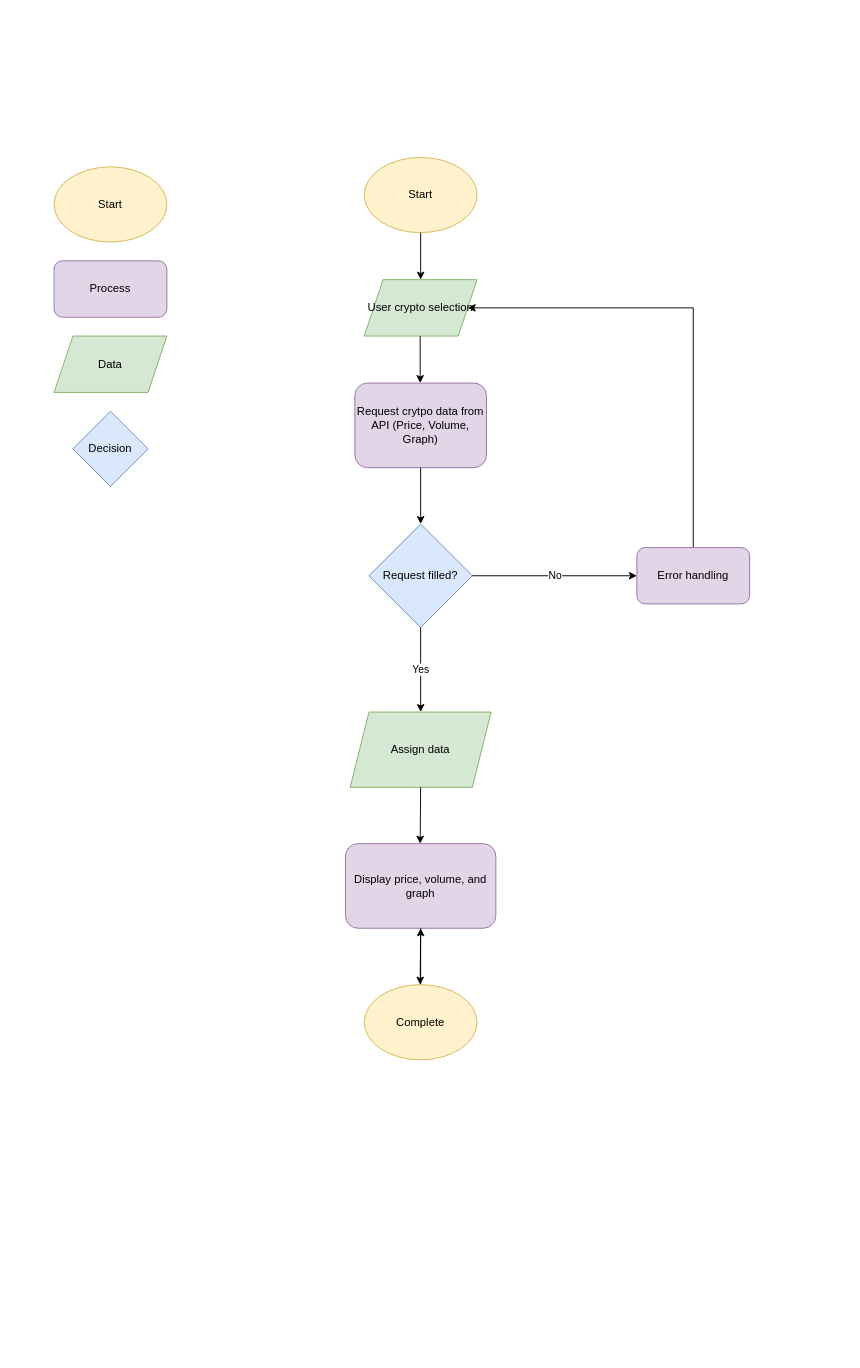
PatrickGDaunt/CrytpoWatch keeps this draw.io diagram as design/Crypto_Prices_Webpage.drawio. Above is the earlier version. Source tidied: cells renumbered, new cells numbered last; positions are measured from the earlier drawing's top-left corner, leaving out a move shared by most shapes. Both pictures are drawn from the tidied source at 94%, with x=0, y=0 at pixel (54, 157).
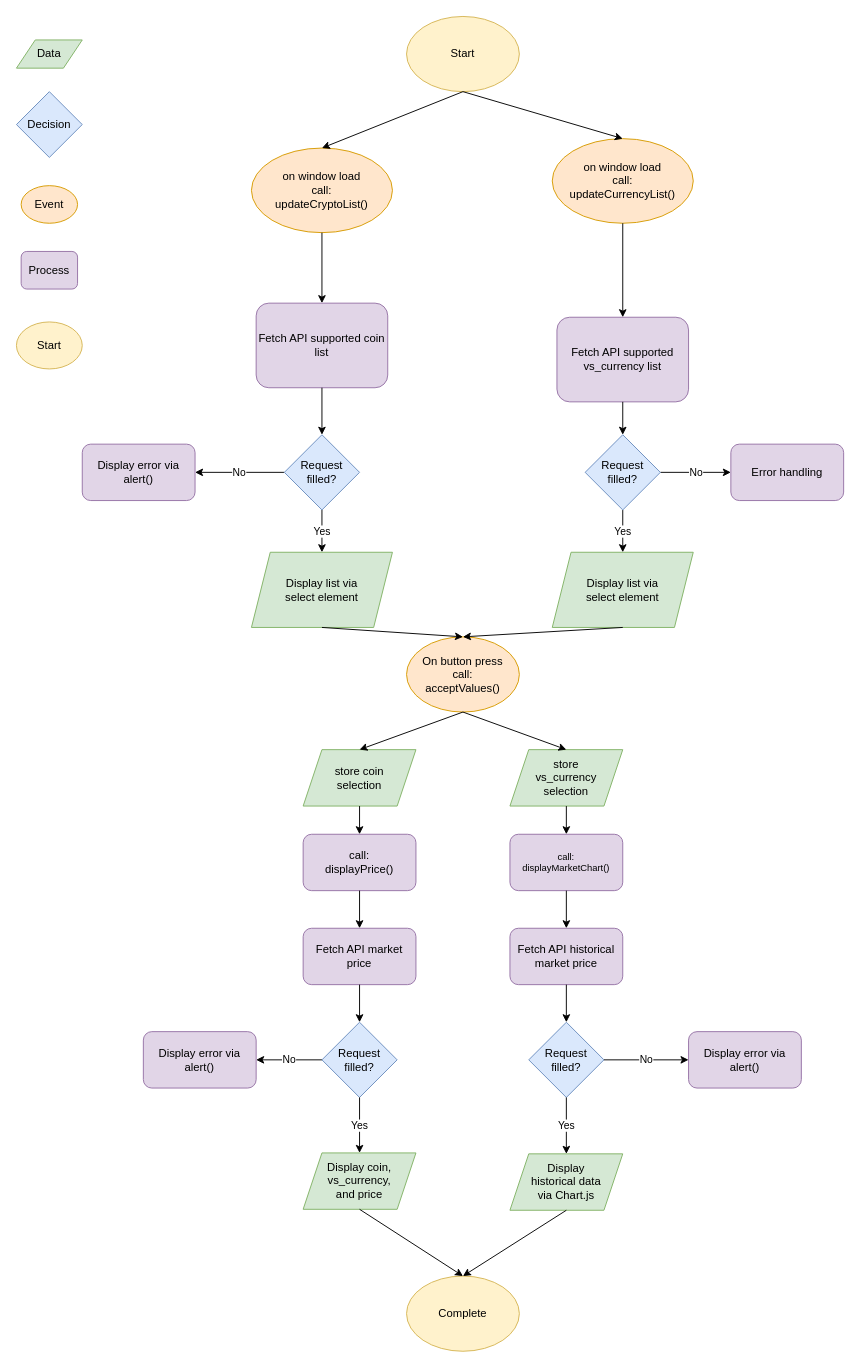
Above is the later version.

The edit, as a diff of the source:
```diff
@@
     <mxCell id="2" value="Start" style="ellipse;whiteSpace=wrap;html=1;fillColor=#fff2cc;strokeColor=#d6b656;" parent="1" vertex="1">
-      <mxGeometry y="10" width="120" height="80" as="geometry" />
+      <mxGeometry x="-40" y="175" width="70" height="50" as="geometry" />
     </mxCell>
     <mxCell id="3" value="Process" style="rounded=1;whiteSpace=wrap;html=1;fillColor=#e1d5e7;strokeColor=#9673a6;" parent="1" vertex="1">
-      <mxGeometry y="110" width="120" height="60" as="geometry" />
+      <mxGeometry x="-35" y="100" width="60" height="40" as="geometry" />
     </mxCell>
     <mxCell id="4" value="Data" style="shape=parallelogram;perimeter=parallelogramPerimeter;whiteSpace=wrap;html=1;fixedSize=1;fillColor=#d5e8d4;strokeColor=#82b366;" parent="1" vertex="1">
-      <mxGeometry y="190" width="120" height="60" as="geometry" />
+      <mxGeometry x="-40" y="-125" width="70" height="30" as="geometry" />
     </mxCell>
     <mxCell id="5" value="Decision" style="rhombus;whiteSpace=wrap;html=1;fillColor=#dae8fc;strokeColor=#6c8ebf;" parent="1" vertex="1">
-      <mxGeometry x="20" y="270" width="80" height="80" as="geometry" />
+      <mxGeometry x="-40" y="-70" width="70" height="70" as="geometry" />
     </mxCell>
     <mxCell id="6" value="Start" style="ellipse;whiteSpace=wrap;html=1;fillColor=#fff2cc;strokeColor=#d6b656;" parent="1" vertex="1">
-      <mxGeometry x="330" width="120" height="80" as="geometry" />
+      <mxGeometry x="375" y="-150" width="120" height="80" as="geometry" />
     </mxCell>
-    <mxCell id="7" value="User crypto selection" style="shape=parallelogram;perimeter=parallelogramPerimeter;whiteSpace=wrap;html=1;fixedSize=1;fillColor=#d5e8d4;strokeColor=#82b366;" parent="1" vertex="1">
-      <mxGeometry x="330" y="130" width="120" height="60" as="geometry" />
+    <mxCell id="7" value="&lt;div&gt;Display coin,&lt;/div&gt;&lt;div&gt;vs_currency,&lt;/div&gt;&lt;div&gt;and price&lt;br&gt;&lt;/div&gt;" style="shape=parallelogram;perimeter=parallelogramPerimeter;whiteSpace=wrap;html=1;fixedSize=1;fillColor=#d5e8d4;strokeColor=#82b366;" parent="1" vertex="1">
+      <mxGeometry x="265" y="1059" width="120" height="60" as="geometry" />
     </mxCell>
-    <mxCell id="8" style="endArrow=classic;html=1;entryX=0.5;entryY=0;entryDx=0;entryDy=0;exitX=0.5;exitY=1;exitDx=0;exitDy=0;" parent="1" edge="1" source="6" target="7">
-      <mxGeometry relative="1" as="geometry" />
-    </mxCell>
-    <mxCell id="9" style="endArrow=classic;html=1;entryX=0.5;entryY=0;entryDx=0;entryDy=0;exitX=0.5;exitY=1;exitDx=0;exitDy=0;" parent="1" edge="1">
-      <mxGeometry relative="1" as="geometry">
-        <mxPoint x="389.5" y="190" as="sourcePoint" />
-        <mxPoint x="389.5" y="240" as="targetPoint" />
-      </mxGeometry>
-    </mxCell>
-    <mxCell id="10" value="&lt;div&gt;Request crytpo data from API (Price, Volume, Graph)&lt;/div&gt;" style="rounded=1;whiteSpace=wrap;html=1;fillColor=#e1d5e7;strokeColor=#9673a6;" parent="1" vertex="1">
-      <mxGeometry x="320" y="240" width="140" height="90" as="geometry" />
+    <mxCell id="10" value="&lt;div&gt;Fetch API supported coin list&lt;/div&gt;" style="rounded=1;whiteSpace=wrap;html=1;fillColor=#e1d5e7;strokeColor=#9673a6;" parent="1" vertex="1">
+      <mxGeometry x="215" y="155" width="140" height="90" as="geometry" />
     </mxCell>
-    <mxCell id="11" value="Request filled?" style="rhombus;whiteSpace=wrap;html=1;fillColor=#dae8fc;strokeColor=#6c8ebf;" parent="1" vertex="1">
-      <mxGeometry x="335" y="390" width="110" height="110" as="geometry" />
-    </mxCell>
-    <mxCell id="12" style="endArrow=classic;html=1;entryX=0.5;entryY=0;entryDx=0;entryDy=0;exitX=0.5;exitY=1;exitDx=0;exitDy=0;" parent="1" edge="1" source="10" target="11">
-      <mxGeometry relative="1" as="geometry" />
-    </mxCell>
-    <mxCell id="13" value="Yes" style="endArrow=classic;html=1;exitX=0.5;exitY=1;exitDx=0;exitDy=0;" parent="1" edge="1" source="11">
-      <mxGeometry relative="1" as="geometry">
-        <mxPoint x="390" y="590" as="targetPoint" />
-      </mxGeometry>
+    <mxCell id="13" value="Yes" style="endArrow=classic;html=1;exitX=0.5;exitY=1;exitDx=0;exitDy=0;entryX=0.5;entryY=0;entryDx=0;entryDy=0;" parent="1" edge="1" source="54" target="14">
+      <mxGeometry relative="1" as="geometry" />
     </mxCell>
-    <mxCell id="14" value="Assign data" style="shape=parallelogram;perimeter=parallelogramPerimeter;whiteSpace=wrap;html=1;fixedSize=1;fillColor=#d5e8d4;strokeColor=#82b366;" parent="1" vertex="1">
-      <mxGeometry x="315" y="590" width="150" height="80" as="geometry" />
+    <mxCell id="14" value="&lt;div&gt;Display list via&lt;/div&gt;&lt;div&gt;select element&lt;br&gt;&lt;/div&gt;" style="shape=parallelogram;perimeter=parallelogramPerimeter;whiteSpace=wrap;html=1;fixedSize=1;fillColor=#d5e8d4;strokeColor=#82b366;" parent="1" vertex="1">
+      <mxGeometry x="210" y="420" width="150" height="80" as="geometry" />
     </mxCell>
-    <mxCell id="15" style="endArrow=classic;html=1;entryX=0.5;entryY=0;entryDx=0;entryDy=0;exitX=0.5;exitY=1;exitDx=0;exitDy=0;" parent="1" edge="1" source="14">
-      <mxGeometry relative="1" as="geometry">
-        <mxPoint x="389.5" y="730" as="targetPoint" />
-      </mxGeometry>
-    </mxCell>
-    <mxCell id="16" value="Display price, volume, and graph" style="rounded=1;whiteSpace=wrap;html=1;fillColor=#e1d5e7;strokeColor=#9673a6;" parent="1" vertex="1">
-      <mxGeometry x="310" y="730" width="160" height="90" as="geometry" />
-    </mxCell>
-    <mxCell id="17" style="endArrow=classic;html=1;entryX=0.5;entryY=0;entryDx=0;entryDy=0;exitX=0.5;exitY=1;exitDx=0;exitDy=0;" parent="1" edge="1" source="16">
-      <mxGeometry relative="1" as="geometry">
-        <mxPoint x="389.5" y="880" as="targetPoint" />
-      </mxGeometry>
-    </mxCell>
-    <mxCell id="18" style="edgeStyle=orthogonalEdgeStyle;rounded=0;jettySize=auto;html=1;exitX=0.5;exitY=0;exitDx=0;exitDy=0;" parent="1" edge="1" source="19" target="16">
-      <mxGeometry relative="1" as="geometry" />
-    </mxCell>
     <mxCell id="19" value="Complete" style="ellipse;whiteSpace=wrap;html=1;fillColor=#fff2cc;strokeColor=#d6b656;" parent="1" vertex="1">
-      <mxGeometry x="330" y="880" width="120" height="80" as="geometry" />
+      <mxGeometry x="375" y="1190" width="120" height="80" as="geometry" />
     </mxCell>
-    <mxCell id="20" style="edgeStyle=orthogonalEdgeStyle;rounded=0;jettySize=auto;html=1;exitX=0.5;exitY=0;exitDx=0;exitDy=0;entryX=1;entryY=0.5;entryDx=0;entryDy=0;" parent="1" edge="1" source="21" target="7">
-      <mxGeometry relative="1" as="geometry">
-        <Array as="points">
-          <mxPoint x="680" y="160" />
-        </Array>
-      </mxGeometry>
-    </mxCell>
     <mxCell id="21" value="Error handling" style="rounded=1;whiteSpace=wrap;html=1;fillColor=#e1d5e7;strokeColor=#9673a6;" parent="1" vertex="1">
-      <mxGeometry x="620" y="415" width="120" height="60" as="geometry" />
+      <mxGeometry x="720" y="305" width="120" height="60" as="geometry" />
     </mxCell>
-    <mxCell id="22" value="No" style="endArrow=classic;html=1;entryX=0;entryY=0.5;entryDx=0;entryDy=0;exitX=1;exitY=0.5;exitDx=0;exitDy=0;" parent="1" edge="1" source="11" target="21">
+    <mxCell id="22" value="No" style="endArrow=classic;html=1;entryX=0;entryY=0.5;entryDx=0;entryDy=0;exitX=1;exitY=0.5;exitDx=0;exitDy=0;" parent="1" edge="1" source="55" target="21">
       <mxGeometry relative="1" as="geometry" />
     </mxCell>
+    <mxCell id="23" value="&lt;div&gt;Fetch API supported vs_currency list&lt;/div&gt;" style="rounded=1;whiteSpace=wrap;html=1;fillColor=#e1d5e7;strokeColor=#9673a6;" parent="1" vertex="1">
+      <mxGeometry x="535" y="170" width="140" height="90" as="geometry" />
+    </mxCell>
+    <mxCell id="24" value="Display error via alert()" style="rounded=1;whiteSpace=wrap;html=1;fillColor=#e1d5e7;strokeColor=#9673a6;" parent="1" vertex="1">
+      <mxGeometry x="30" y="305" width="120" height="60" as="geometry" />
+    </mxCell>
+    <mxCell id="25" value="&lt;div&gt;No&lt;/div&gt;" style="endArrow=classic;html=1;exitX=0;exitY=0.5;exitDx=0;exitDy=0;entryX=1;entryY=0.5;entryDx=0;entryDy=0;" parent="1" edge="1" source="54" target="24">
+      <mxGeometry relative="1" as="geometry" />
+    </mxCell>
+    <mxCell id="26" value="&lt;div&gt;Display list via&lt;/div&gt;&lt;div&gt;select element&lt;br&gt;&lt;/div&gt;" style="shape=parallelogram;perimeter=parallelogramPerimeter;whiteSpace=wrap;html=1;fixedSize=1;fillColor=#d5e8d4;strokeColor=#82b366;" parent="1" vertex="1">
+      <mxGeometry x="530" y="420" width="150" height="80" as="geometry" />
+    </mxCell>
+    <mxCell id="27" value="Yes" style="endArrow=classic;html=1;exitX=0.5;exitY=1;exitDx=0;exitDy=0;entryX=0.5;entryY=0;entryDx=0;entryDy=0;" parent="1" edge="1" source="55" target="26">
+      <mxGeometry relative="1" as="geometry" />
+    </mxCell>
+    <mxCell id="28" value="&lt;div&gt;call:&lt;/div&gt;&lt;div&gt;displayPrice()&lt;br&gt;&lt;/div&gt;" style="rounded=1;whiteSpace=wrap;html=1;fillColor=#e1d5e7;strokeColor=#9673a6;" parent="1" vertex="1">
+      <mxGeometry x="265" y="720" width="120" height="60" as="geometry" />
+    </mxCell>
+    <mxCell id="29" value="Event" style="ellipse;whiteSpace=wrap;html=1;fillColor=#ffe6cc;strokeColor=#d79b00;" parent="1" vertex="1">
+      <mxGeometry x="-35" y="30" width="60" height="40" as="geometry" />
+    </mxCell>
+    <mxCell id="30" value="&lt;div&gt;on window load&lt;br&gt;&lt;/div&gt;&lt;div&gt;call:&lt;/div&gt;updateCurrencyList()" style="ellipse;whiteSpace=wrap;html=1;fillColor=#ffe6cc;strokeColor=#d79b00;" parent="1" vertex="1">
+      <mxGeometry x="530" y="-20" width="150" height="90" as="geometry" />
+    </mxCell>
+    <mxCell id="31" value="&lt;div&gt;on window load&lt;br&gt;&lt;/div&gt;&lt;div&gt;call:&lt;/div&gt;updateCryptoList()" style="ellipse;whiteSpace=wrap;html=1;fillColor=#ffe6cc;strokeColor=#d79b00;" parent="1" vertex="1">
+      <mxGeometry x="210" y="-10" width="150" height="90" as="geometry" />
+    </mxCell>
+    <mxCell id="32" value="&lt;div&gt;On button press&lt;/div&gt;&lt;div&gt;call:&lt;/div&gt;&lt;div&gt;acceptValues()&lt;br&gt;&lt;/div&gt;" style="ellipse;whiteSpace=wrap;html=1;fillColor=#ffe6cc;strokeColor=#d79b00;" parent="1" vertex="1">
+      <mxGeometry x="375" y="510" width="120" height="80" as="geometry" />
+    </mxCell>
+    <mxCell id="33" value="&lt;div style=&quot;font-size: 10px&quot;&gt;&lt;font style=&quot;font-size: 10px&quot;&gt;call:&lt;/font&gt;&lt;/div&gt;&lt;div style=&quot;font-size: 10px&quot;&gt;&lt;font style=&quot;font-size: 10px&quot;&gt;displayMarketChart()&lt;br style=&quot;font-size: 10px&quot;&gt;&lt;/font&gt;&lt;/div&gt;" style="rounded=1;whiteSpace=wrap;html=1;fillColor=#e1d5e7;strokeColor=#9673a6;" parent="1" vertex="1">
+      <mxGeometry x="485" y="720" width="120" height="60" as="geometry" />
+    </mxCell>
+    <mxCell id="34" value="Fetch API market price" style="rounded=1;whiteSpace=wrap;html=1;fillColor=#e1d5e7;strokeColor=#9673a6;" parent="1" vertex="1">
+      <mxGeometry x="265" y="820" width="120" height="60" as="geometry" />
+    </mxCell>
+    <mxCell id="35" value="Fetch API historical market price" style="rounded=1;whiteSpace=wrap;html=1;fillColor=#e1d5e7;strokeColor=#9673a6;" parent="1" vertex="1">
+      <mxGeometry x="485" y="820" width="120" height="60" as="geometry" />
+    </mxCell>
+    <mxCell id="36" value="&lt;div&gt;Display&lt;/div&gt;&lt;div&gt;historical data &lt;br&gt;&lt;/div&gt;&lt;div&gt;via Chart.js&lt;/div&gt;" style="shape=parallelogram;perimeter=parallelogramPerimeter;whiteSpace=wrap;html=1;fixedSize=1;fillColor=#d5e8d4;strokeColor=#82b366;" parent="1" vertex="1">
+      <mxGeometry x="485" y="1060" width="120" height="60" as="geometry" />
+    </mxCell>
+    <mxCell id="37" value="&lt;div&gt;store coin&lt;/div&gt;&lt;div&gt;selection&lt;br&gt;&lt;/div&gt;" style="shape=parallelogram;perimeter=parallelogramPerimeter;whiteSpace=wrap;html=1;fixedSize=1;fillColor=#d5e8d4;strokeColor=#82b366;" parent="1" vertex="1">
+      <mxGeometry x="265" y="630" width="120" height="60" as="geometry" />
+    </mxCell>
+    <mxCell id="38" value="&lt;div&gt;store &lt;br&gt;&lt;/div&gt;&lt;div&gt;vs_currency&lt;br&gt;&lt;/div&gt;&lt;div&gt;selection&lt;br&gt;&lt;/div&gt;" style="shape=parallelogram;perimeter=parallelogramPerimeter;whiteSpace=wrap;html=1;fixedSize=1;fillColor=#d5e8d4;strokeColor=#82b366;" parent="1" vertex="1">
+      <mxGeometry x="485" y="630" width="120" height="60" as="geometry" />
+    </mxCell>
+    <mxCell id="39" style="endArrow=classic;html=1;entryX=0.5;entryY=0;entryDx=0;entryDy=0;exitX=0.5;exitY=1;exitDx=0;exitDy=0;" parent="1" edge="1" source="6" target="30">
+      <mxGeometry relative="1" as="geometry" />
+    </mxCell>
+    <mxCell id="40" style="endArrow=classic;html=1;exitX=0.5;exitY=1;exitDx=0;exitDy=0;entryX=0.5;entryY=0;entryDx=0;entryDy=0;" parent="1" edge="1" source="6" target="31">
+      <mxGeometry relative="1" as="geometry" />
+    </mxCell>
+    <mxCell id="41" style="endArrow=classic;html=1;entryX=0.5;entryY=0;entryDx=0;entryDy=0;exitX=0.5;exitY=1;exitDx=0;exitDy=0;" parent="1" edge="1" source="31" target="10">
+      <mxGeometry relative="1" as="geometry" />
+    </mxCell>
+    <mxCell id="42" style="endArrow=classic;html=1;entryX=0.5;entryY=0;entryDx=0;entryDy=0;exitX=0.5;exitY=1;exitDx=0;exitDy=0;" parent="1" edge="1" source="30" target="23">
+      <mxGeometry relative="1" as="geometry" />
+    </mxCell>
+    <mxCell id="43" style="endArrow=classic;html=1;entryX=0.5;entryY=0;entryDx=0;entryDy=0;exitX=0.5;exitY=1;exitDx=0;exitDy=0;" parent="1" edge="1" source="10" target="54">
+      <mxGeometry relative="1" as="geometry" />
+    </mxCell>
+    <mxCell id="44" style="endArrow=classic;html=1;entryX=0.5;entryY=0;entryDx=0;entryDy=0;exitX=0.5;exitY=1;exitDx=0;exitDy=0;" parent="1" edge="1" source="23" target="55">
+      <mxGeometry relative="1" as="geometry" />
+    </mxCell>
+    <mxCell id="45" style="endArrow=classic;html=1;entryX=0.5;entryY=0;entryDx=0;entryDy=0;exitX=0.5;exitY=1;exitDx=0;exitDy=0;" parent="1" edge="1" source="26" target="32">
+      <mxGeometry relative="1" as="geometry" />
+    </mxCell>
+    <mxCell id="46" style="endArrow=classic;html=1;entryX=0.5;entryY=0;entryDx=0;entryDy=0;exitX=0.5;exitY=1;exitDx=0;exitDy=0;" parent="1" edge="1" source="14" target="32">
+      <mxGeometry relative="1" as="geometry" />
+    </mxCell>
+    <mxCell id="47" style="endArrow=classic;html=1;entryX=0.5;entryY=0;entryDx=0;entryDy=0;exitX=0.5;exitY=1;exitDx=0;exitDy=0;" parent="1" edge="1" source="32" target="38">
+      <mxGeometry relative="1" as="geometry" />
+    </mxCell>
+    <mxCell id="48" style="endArrow=classic;html=1;entryX=0.5;entryY=0;entryDx=0;entryDy=0;exitX=0.5;exitY=1;exitDx=0;exitDy=0;" parent="1" edge="1" source="32" target="37">
+      <mxGeometry relative="1" as="geometry" />
+    </mxCell>
+    <mxCell id="49" style="endArrow=classic;html=1;entryX=0.5;entryY=0;entryDx=0;entryDy=0;exitX=0.5;exitY=1;exitDx=0;exitDy=0;" parent="1" edge="1" source="37" target="28">
+      <mxGeometry relative="1" as="geometry" />
+    </mxCell>
+    <mxCell id="50" style="endArrow=classic;html=1;entryX=0.5;entryY=0;entryDx=0;entryDy=0;exitX=0.5;exitY=1;exitDx=0;exitDy=0;" parent="1" edge="1" source="38" target="33">
+      <mxGeometry relative="1" as="geometry" />
+    </mxCell>
+    <mxCell id="51" style="endArrow=classic;html=1;entryX=0.5;entryY=0;entryDx=0;entryDy=0;exitX=0.5;exitY=1;exitDx=0;exitDy=0;" parent="1" edge="1" source="28" target="34">
+      <mxGeometry relative="1" as="geometry" />
+    </mxCell>
+    <mxCell id="52" style="endArrow=classic;html=1;entryX=0.5;entryY=0;entryDx=0;entryDy=0;exitX=0.5;exitY=1;exitDx=0;exitDy=0;" parent="1" edge="1" source="33" target="35">
+      <mxGeometry relative="1" as="geometry" />
+    </mxCell>
+    <mxCell id="53" value="&lt;div&gt;Request &lt;br&gt;&lt;/div&gt;&lt;div&gt;filled?&lt;/div&gt;" style="rhombus;whiteSpace=wrap;html=1;fillColor=#dae8fc;strokeColor=#6c8ebf;" parent="1" vertex="1">
+      <mxGeometry x="285" y="920" width="80" height="80" as="geometry" />
+    </mxCell>
+    <mxCell id="54" value="&lt;div&gt;Request &lt;br&gt;&lt;/div&gt;&lt;div&gt;filled?&lt;/div&gt;" style="rhombus;whiteSpace=wrap;html=1;fillColor=#dae8fc;strokeColor=#6c8ebf;" parent="1" vertex="1">
+      <mxGeometry x="245" y="295" width="80" height="80" as="geometry" />
+    </mxCell>
+    <mxCell id="55" value="&lt;div&gt;Request &lt;br&gt;&lt;/div&gt;&lt;div&gt;filled?&lt;/div&gt;" style="rhombus;whiteSpace=wrap;html=1;fillColor=#dae8fc;strokeColor=#6c8ebf;" parent="1" vertex="1">
+      <mxGeometry x="565" y="295" width="80" height="80" as="geometry" />
+    </mxCell>
+    <mxCell id="56" value="&lt;div&gt;Request &lt;br&gt;&lt;/div&gt;&lt;div&gt;filled?&lt;/div&gt;" style="rhombus;whiteSpace=wrap;html=1;fillColor=#dae8fc;strokeColor=#6c8ebf;" parent="1" vertex="1">
+      <mxGeometry x="505" y="920" width="80" height="80" as="geometry" />
+    </mxCell>
+    <mxCell id="57" style="endArrow=classic;html=1;entryX=0.5;entryY=0;entryDx=0;entryDy=0;exitX=0.5;exitY=1;exitDx=0;exitDy=0;" parent="1" edge="1" source="34" target="53">
+      <mxGeometry relative="1" as="geometry" />
+    </mxCell>
+    <mxCell id="58" style="endArrow=classic;html=1;entryX=0.5;entryY=0;entryDx=0;entryDy=0;exitX=0.5;exitY=1;exitDx=0;exitDy=0;" parent="1" edge="1" source="35" target="56">
+      <mxGeometry relative="1" as="geometry" />
+    </mxCell>
+    <mxCell id="59" value="Yes" style="endArrow=classic;html=1;exitX=0.5;exitY=1;exitDx=0;exitDy=0;entryX=0.5;entryY=0;entryDx=0;entryDy=0;" parent="1" edge="1" source="53" target="7">
+      <mxGeometry relative="1" as="geometry" />
+    </mxCell>
+    <mxCell id="60" value="Yes" style="endArrow=classic;html=1;exitX=0.5;exitY=1;exitDx=0;exitDy=0;entryX=0.5;entryY=0;entryDx=0;entryDy=0;" parent="1" edge="1" source="56" target="36">
+      <mxGeometry relative="1" as="geometry" />
+    </mxCell>
+    <mxCell id="61" value="Display error via alert()" style="rounded=1;whiteSpace=wrap;html=1;fillColor=#e1d5e7;strokeColor=#9673a6;" parent="1" vertex="1">
+      <mxGeometry x="95" y="930" width="120" height="60" as="geometry" />
+    </mxCell>
+    <mxCell id="62" value="&lt;div&gt;No&lt;/div&gt;" style="endArrow=classic;html=1;exitX=0;exitY=0.5;exitDx=0;exitDy=0;entryX=1;entryY=0.5;entryDx=0;entryDy=0;" parent="1" edge="1" source="53" target="61">
+      <mxGeometry relative="1" as="geometry" />
+    </mxCell>
+    <mxCell id="63" value="Display error via alert()" style="rounded=1;whiteSpace=wrap;html=1;fillColor=#e1d5e7;strokeColor=#9673a6;" parent="1" vertex="1">
+      <mxGeometry x="675" y="930" width="120" height="60" as="geometry" />
+    </mxCell>
+    <mxCell id="64" value="&lt;div&gt;No&lt;/div&gt;" style="endArrow=classic;html=1;exitX=1;exitY=0.5;exitDx=0;exitDy=0;entryX=0;entryY=0.5;entryDx=0;entryDy=0;" parent="1" edge="1" source="56" target="63">
+      <mxGeometry relative="1" as="geometry" />
+    </mxCell>
+    <mxCell id="65" style="endArrow=classic;html=1;entryX=0.5;entryY=0;entryDx=0;entryDy=0;exitX=0.5;exitY=1;exitDx=0;exitDy=0;" parent="1" edge="1" source="7" target="19">
+      <mxGeometry relative="1" as="geometry" />
+    </mxCell>
+    <mxCell id="66" style="endArrow=classic;html=1;entryX=0.5;entryY=0;entryDx=0;entryDy=0;exitX=0.5;exitY=1;exitDx=0;exitDy=0;" parent="1" edge="1" source="36" target="19">
+      <mxGeometry relative="1" as="geometry" />
+    </mxCell>
```
